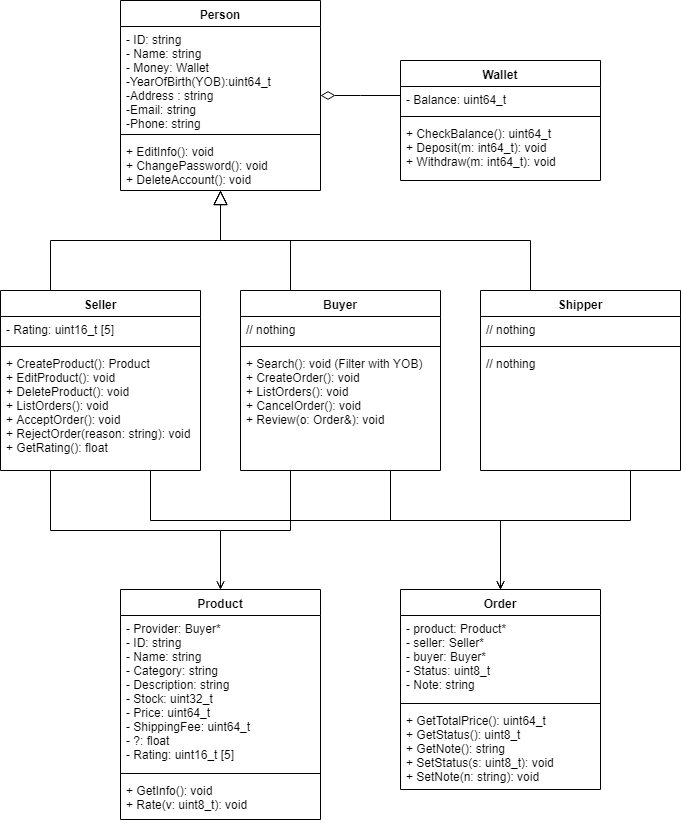
The draw.io diagram docs/ClassDiagram.png in 84436/LTHDT-18CLC6-Group17, before a commit. Source tidied: cells renumbered, new cells last; positions are measured from the earlier drawing's top-left corner, leaving out a move shared by most shapes.
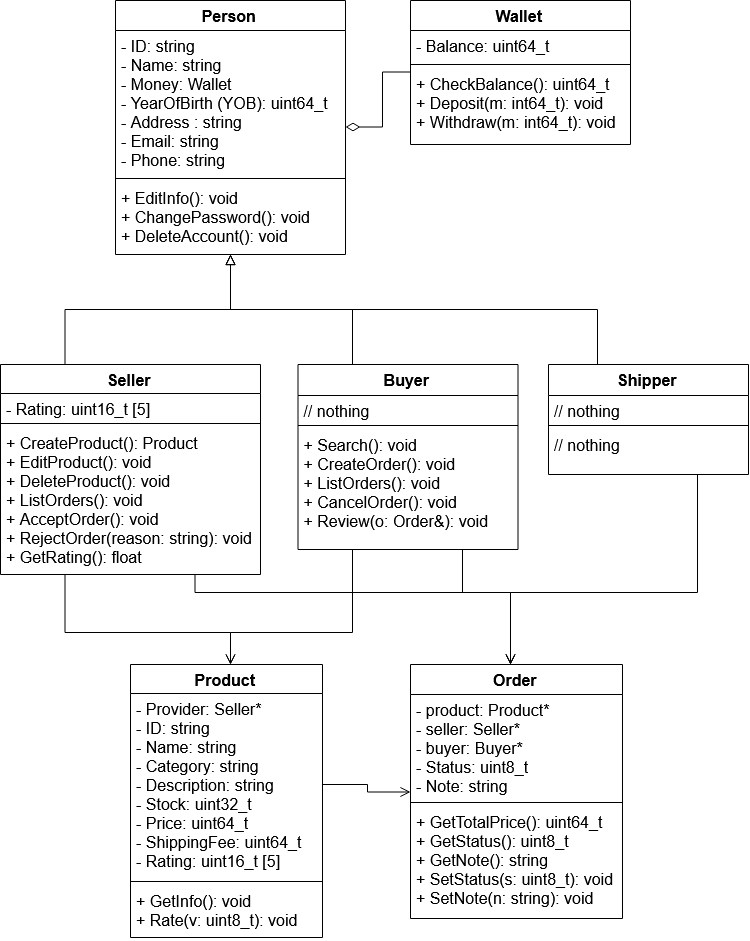
Later version of the same file.

Commit message:
Person: thêm thông tin; Buyer: lọc 18+ khi search; UML: đánh bóng

Change to the diagram source:
```diff
@@ -2,130 +2,143 @@
   <root>
     <mxCell id="0" />
     <mxCell id="1" parent="0" />
-    <mxCell id="2" value="Person" style="swimlane;fontStyle=1;align=center;verticalAlign=top;horizontal=1;startSize=26;" parent="1" vertex="1">
-      <mxGeometry x="120" width="200" height="190" as="geometry" />
+    <mxCell id="2" value="Person" style="swimlane;fontStyle=1;align=center;verticalAlign=top;horizontal=1;startSize=30;fontSize=16;" parent="1" vertex="1">
+      <mxGeometry x="113" y="118" width="230" height="254" as="geometry" />
     </mxCell>
-    <mxCell id="3" value="- ID: string&#10;- Name: string&#10;- Money: Wallet&#10;-YearOfBirth(YOB):uint64_t&#10;-Address : string&#10;-Email: string&#10;-Phone: string" style="text;strokeColor=none;fillColor=none;align=left;verticalAlign=top;spacingLeft=4;spacingRight=4;overflow=hidden;" parent="2" vertex="1">
-      <mxGeometry y="26" width="200" height="104" as="geometry" />
+    <mxCell id="3" value="- ID: string&#10;- Name: string&#10;- Money: Wallet&#10;- YearOfBirth (YOB): uint64_t&#10;- Address : string&#10;- Email: string&#10;- Phone: string" style="text;strokeColor=none;fillColor=none;align=left;verticalAlign=top;spacingLeft=4;spacingRight=4;overflow=hidden;fontSize=16;" parent="2" vertex="1">
+      <mxGeometry y="30" width="230" height="144" as="geometry" />
     </mxCell>
-    <mxCell id="4" style="line;strokeWidth=1;fillColor=none;align=left;verticalAlign=middle;spacingTop=-1;spacingLeft=3;spacingRight=3;labelPosition=right;" parent="2" vertex="1">
-      <mxGeometry y="130" width="200" height="8" as="geometry" />
+    <mxCell id="4" style="line;strokeWidth=1;fillColor=none;align=left;verticalAlign=middle;spacingTop=-1;spacingLeft=3;spacingRight=3;labelPosition=right;fontSize=16;" parent="2" vertex="1">
+      <mxGeometry y="174" width="230" height="8" as="geometry" />
     </mxCell>
-    <mxCell id="5" value="+ EditInfo(): void&#10;+ ChangePassword(): void&#10;+ DeleteAccount(): void&#10;" style="text;strokeColor=none;fillColor=none;align=left;verticalAlign=top;spacingLeft=4;spacingRight=4;overflow=hidden;" parent="2" vertex="1">
-      <mxGeometry y="138" width="200" height="52" as="geometry" />
+    <mxCell id="5" value="+ EditInfo(): void&#10;+ ChangePassword(): void&#10;+ DeleteAccount(): void&#10;" style="text;strokeColor=none;fillColor=none;align=left;verticalAlign=top;spacingLeft=4;spacingRight=4;overflow=hidden;fontSize=16;" parent="2" vertex="1">
+      <mxGeometry y="182" width="230" height="72" as="geometry" />
     </mxCell>
-    <mxCell id="6" style="edgeStyle=elbowEdgeStyle;rounded=0;jumpSize=6;jettySize=auto;elbow=vertical;html=1;exitX=0.25;exitY=0;exitDx=0;exitDy=0;endArrow=block;endFill=0;endSize=12;strokeWidth=1;" parent="1" edge="1" source="9" target="2">
+    <mxCell id="6" style="edgeStyle=elbowEdgeStyle;rounded=0;jumpSize=6;jettySize=auto;elbow=vertical;exitX=0.25;exitY=0;exitDx=0;exitDy=0;endArrow=block;endFill=0;endSize=8;strokeWidth=1;fontSize=16;" parent="1" edge="1" source="9" target="2">
       <mxGeometry relative="1" as="geometry" />
     </mxCell>
-    <mxCell id="7" style="edgeStyle=elbowEdgeStyle;rounded=0;jumpSize=6;jettySize=auto;elbow=vertical;html=1;exitX=0.25;exitY=1;exitDx=0;exitDy=0;endArrow=open;endFill=0;endSize=6;strokeWidth=1;" parent="1" edge="1" source="9" target="26">
-      <mxGeometry relative="1" as="geometry" />
+    <mxCell id="7" style="edgeStyle=elbowEdgeStyle;rounded=0;jumpSize=6;jettySize=auto;elbow=vertical;exitX=0.25;exitY=1;exitDx=0;exitDy=0;endArrow=open;endFill=0;endSize=8;strokeWidth=1;fontSize=16;" parent="1" edge="1" source="9" target="26">
+      <mxGeometry relative="1" as="geometry">
+        <Array as="points">
+          <mxPoint x="228" y="750" />
+        </Array>
+      </mxGeometry>
     </mxCell>
-    <mxCell id="8" style="edgeStyle=elbowEdgeStyle;rounded=0;jumpSize=6;jettySize=auto;elbow=vertical;html=1;exitX=0.75;exitY=1;exitDx=0;exitDy=0;endArrow=open;endFill=0;endSize=6;strokeWidth=1;" parent="1" edge="1" source="9" target="30">
+    <mxCell id="8" style="edgeStyle=elbowEdgeStyle;rounded=0;jumpSize=6;jettySize=auto;elbow=vertical;exitX=0.75;exitY=1;exitDx=0;exitDy=0;endArrow=open;endFill=0;endSize=8;strokeWidth=1;fontSize=16;" parent="1" edge="1" source="9" target="30">
       <mxGeometry relative="1" as="geometry">
         <Array as="points">
-          <mxPoint x="500" y="520" />
+          <mxPoint x="508" y="710" />
+          <mxPoint x="508" y="640" />
         </Array>
       </mxGeometry>
     </mxCell>
-    <mxCell id="9" value="Buyer" style="swimlane;fontStyle=1;align=center;verticalAlign=top;horizontal=1;startSize=26;" parent="1" vertex="1">
-      <mxGeometry x="240" y="290" width="200" height="180" as="geometry" />
+    <mxCell id="9" value="Buyer" style="swimlane;fontStyle=1;align=center;verticalAlign=top;horizontal=1;startSize=31;fontSize=16;" parent="1" vertex="1">
+      <mxGeometry x="295.5" y="482" width="220" height="185" as="geometry" />
     </mxCell>
-    <mxCell id="10" value="// nothing" style="text;strokeColor=none;fillColor=none;align=left;verticalAlign=top;spacingLeft=4;spacingRight=4;overflow=hidden;" parent="9" vertex="1">
-      <mxGeometry y="26" width="200" height="26" as="geometry" />
+    <mxCell id="10" value="// nothing" style="text;strokeColor=none;fillColor=none;align=left;verticalAlign=top;spacingLeft=4;spacingRight=4;overflow=hidden;fontSize=16;" parent="9" vertex="1">
+      <mxGeometry y="31" width="220" height="26" as="geometry" />
     </mxCell>
-    <mxCell id="11" style="line;strokeWidth=1;fillColor=none;align=left;verticalAlign=middle;spacingTop=-1;spacingLeft=3;spacingRight=3;labelPosition=right;" parent="9" vertex="1">
-      <mxGeometry y="52" width="200" height="8" as="geometry" />
+    <mxCell id="11" style="line;strokeWidth=1;fillColor=none;align=left;verticalAlign=middle;spacingTop=-1;spacingLeft=3;spacingRight=3;labelPosition=right;fontSize=16;" parent="9" vertex="1">
+      <mxGeometry y="57" width="220" height="8" as="geometry" />
     </mxCell>
-    <mxCell id="12" value="+ Search(): void (Filter with YOB)&#10;+ CreateOrder(): void&#10;+ ListOrders(): void&#10;+ CancelOrder(): void&#10;+ Review(o: Order&amp;): void" style="text;strokeColor=none;fillColor=none;align=left;verticalAlign=top;spacingLeft=4;spacingRight=4;overflow=hidden;" parent="9" vertex="1">
-      <mxGeometry y="60" width="200" height="120" as="geometry" />
+    <mxCell id="12" value="+ Search(): void&#10;+ CreateOrder(): void&#10;+ ListOrders(): void&#10;+ CancelOrder(): void&#10;+ Review(o: Order&amp;): void" style="text;strokeColor=none;fillColor=none;align=left;verticalAlign=top;spacingLeft=4;spacingRight=4;overflow=hidden;fontSize=16;" parent="9" vertex="1">
+      <mxGeometry y="65" width="220" height="120" as="geometry" />
     </mxCell>
-    <mxCell id="13" style="edgeStyle=elbowEdgeStyle;rounded=0;jumpSize=6;jettySize=auto;elbow=vertical;html=1;exitX=0.25;exitY=0;exitDx=0;exitDy=0;endArrow=block;endFill=0;endSize=12;strokeWidth=1;" parent="1" edge="1" source="16" target="2">
+    <mxCell id="13" style="edgeStyle=elbowEdgeStyle;rounded=0;jumpSize=6;jettySize=auto;elbow=vertical;exitX=0.25;exitY=0;exitDx=0;exitDy=0;endArrow=block;endFill=0;endSize=8;strokeWidth=1;fontSize=16;" parent="1" edge="1" source="16" target="2">
       <mxGeometry relative="1" as="geometry" />
     </mxCell>
-    <mxCell id="14" style="edgeStyle=elbowEdgeStyle;rounded=0;jumpSize=6;jettySize=auto;elbow=vertical;html=1;exitX=0.25;exitY=1;exitDx=0;exitDy=0;endArrow=open;endFill=0;endSize=6;strokeWidth=1;" parent="1" edge="1" source="16" target="26">
-      <mxGeometry relative="1" as="geometry" />
+    <mxCell id="14" style="edgeStyle=elbowEdgeStyle;rounded=0;jumpSize=6;jettySize=auto;elbow=vertical;exitX=0.25;exitY=1;exitDx=0;exitDy=0;endArrow=open;endFill=0;endSize=8;strokeWidth=1;fontSize=16;" parent="1" edge="1" source="16" target="26">
+      <mxGeometry relative="1" as="geometry">
+        <Array as="points">
+          <mxPoint x="228" y="750" />
+        </Array>
+      </mxGeometry>
     </mxCell>
-    <mxCell id="15" style="edgeStyle=elbowEdgeStyle;rounded=0;jumpSize=6;jettySize=auto;elbow=vertical;html=1;exitX=0.75;exitY=1;exitDx=0;exitDy=0;endArrow=open;endFill=0;endSize=6;strokeWidth=1;" parent="1" edge="1" source="16" target="30">
+    <mxCell id="15" style="edgeStyle=elbowEdgeStyle;rounded=0;jumpSize=6;jettySize=auto;elbow=vertical;exitX=0.75;exitY=1;exitDx=0;exitDy=0;endArrow=open;endFill=0;endSize=8;strokeWidth=1;fontSize=16;" parent="1" edge="1" source="16" target="30">
       <mxGeometry relative="1" as="geometry">
         <Array as="points">
-          <mxPoint x="500" y="520" />
-          <mxPoint x="490" y="520" />
-          <mxPoint x="330" y="420" />
+          <mxPoint x="508" y="710" />
+          <mxPoint x="508" y="640" />
+          <mxPoint x="498" y="640" />
+          <mxPoint x="338" y="540" />
         </Array>
       </mxGeometry>
     </mxCell>
-    <mxCell id="16" value="Seller" style="swimlane;fontStyle=1;align=center;verticalAlign=top;horizontal=1;startSize=26;" parent="1" vertex="1">
-      <mxGeometry y="290" width="200" height="180" as="geometry" />
+    <mxCell id="16" value="Seller" style="swimlane;fontStyle=1;align=center;verticalAlign=top;horizontal=1;startSize=29;fontSize=16;" parent="1" vertex="1">
+      <mxGeometry x="-2" y="482" width="260" height="210" as="geometry" />
     </mxCell>
-    <mxCell id="17" value="- Rating: uint16_t [5]" style="text;strokeColor=none;fillColor=none;align=left;verticalAlign=top;spacingLeft=4;spacingRight=4;overflow=hidden;" parent="16" vertex="1">
-      <mxGeometry y="26" width="200" height="26" as="geometry" />
+    <mxCell id="17" value="- Rating: uint16_t [5]" style="text;strokeColor=none;fillColor=none;align=left;verticalAlign=top;spacingLeft=4;spacingRight=4;overflow=hidden;fontSize=16;" parent="16" vertex="1">
+      <mxGeometry y="29" width="260" height="26" as="geometry" />
     </mxCell>
-    <mxCell id="18" style="line;strokeWidth=1;fillColor=none;align=left;verticalAlign=middle;spacingTop=-1;spacingLeft=3;spacingRight=3;labelPosition=right;" parent="16" vertex="1">
-      <mxGeometry y="52" width="200" height="8" as="geometry" />
+    <mxCell id="18" style="line;strokeWidth=1;fillColor=none;align=left;verticalAlign=middle;spacingTop=-1;spacingLeft=3;spacingRight=3;labelPosition=right;fontSize=16;" parent="16" vertex="1">
+      <mxGeometry y="55" width="260" height="8" as="geometry" />
     </mxCell>
-    <mxCell id="19" value="+ CreateProduct(): Product&#10;+ EditProduct(): void&#10;+ DeleteProduct(): void&#10;+ ListOrders(): void&#10;+ AcceptOrder(): void&#10;+ RejectOrder(reason: string): void&#10;+ GetRating(): float&#10;" style="text;strokeColor=none;fillColor=none;align=left;verticalAlign=top;spacingLeft=4;spacingRight=4;overflow=hidden;" parent="16" vertex="1">
-      <mxGeometry y="60" width="200" height="120" as="geometry" />
+    <mxCell id="19" value="+ CreateProduct(): Product&#10;+ EditProduct(): void&#10;+ DeleteProduct(): void&#10;+ ListOrders(): void&#10;+ AcceptOrder(): void&#10;+ RejectOrder(reason: string): void&#10;+ GetRating(): float&#10;" style="text;strokeColor=none;fillColor=none;align=left;verticalAlign=top;spacingLeft=4;spacingRight=4;overflow=hidden;fontSize=16;" parent="16" vertex="1">
+      <mxGeometry y="63" width="260" height="147" as="geometry" />
     </mxCell>
-    <mxCell id="20" style="edgeStyle=elbowEdgeStyle;rounded=0;jumpSize=6;jettySize=auto;elbow=vertical;html=1;exitX=0.25;exitY=0;exitDx=0;exitDy=0;endArrow=block;endFill=0;endSize=12;strokeWidth=1;" parent="1" edge="1" source="22" target="2">
+    <mxCell id="20" style="edgeStyle=elbowEdgeStyle;rounded=0;jumpSize=6;jettySize=auto;elbow=vertical;exitX=0.25;exitY=0;exitDx=0;exitDy=0;endArrow=block;endFill=0;endSize=8;strokeWidth=1;fontSize=16;" parent="1" edge="1" source="22" target="2">
       <mxGeometry relative="1" as="geometry" />
     </mxCell>
-    <mxCell id="21" style="edgeStyle=elbowEdgeStyle;rounded=0;jumpSize=6;jettySize=auto;elbow=vertical;html=1;exitX=0.75;exitY=1;exitDx=0;exitDy=0;endArrow=open;endFill=0;endSize=6;strokeWidth=1;" parent="1" edge="1" source="22" target="30">
+    <mxCell id="21" style="edgeStyle=elbowEdgeStyle;rounded=0;jumpSize=6;jettySize=auto;elbow=vertical;exitX=0.75;exitY=1;exitDx=0;exitDy=0;endArrow=open;endFill=0;endSize=8;strokeWidth=1;fontSize=16;" parent="1" edge="1" source="22" target="30">
       <mxGeometry relative="1" as="geometry">
         <Array as="points">
-          <mxPoint x="500" y="520" />
+          <mxPoint x="508" y="710" />
         </Array>
       </mxGeometry>
     </mxCell>
-    <mxCell id="22" value="Shipper" style="swimlane;fontStyle=1;align=center;verticalAlign=top;horizontal=1;startSize=26;" parent="1" vertex="1">
-      <mxGeometry x="480" y="290" width="200" height="180" as="geometry" />
+    <mxCell id="22" value="Shipper" style="swimlane;fontStyle=1;align=center;verticalAlign=top;horizontal=1;startSize=31;fontSize=16;" parent="1" vertex="1">
+      <mxGeometry x="546" y="482" width="200" height="110" as="geometry" />
     </mxCell>
-    <mxCell id="23" value="// nothing" style="text;strokeColor=none;fillColor=none;align=left;verticalAlign=top;spacingLeft=4;spacingRight=4;overflow=hidden;" parent="22" vertex="1">
-      <mxGeometry y="26" width="200" height="26" as="geometry" />
+    <mxCell id="23" value="// nothing" style="text;strokeColor=none;fillColor=none;align=left;verticalAlign=top;spacingLeft=4;spacingRight=4;overflow=hidden;fontSize=16;" parent="22" vertex="1">
+      <mxGeometry y="31" width="200" height="26" as="geometry" />
     </mxCell>
-    <mxCell id="24" style="line;strokeWidth=1;fillColor=none;align=left;verticalAlign=middle;spacingTop=-1;spacingLeft=3;spacingRight=3;labelPosition=right;" parent="22" vertex="1">
-      <mxGeometry y="52" width="200" height="8" as="geometry" />
+    <mxCell id="24" style="line;strokeWidth=1;fillColor=none;align=left;verticalAlign=middle;spacingTop=-1;spacingLeft=3;spacingRight=3;labelPosition=right;fontSize=16;" parent="22" vertex="1">
+      <mxGeometry y="57" width="200" height="8" as="geometry" />
     </mxCell>
-    <mxCell id="25" value="// nothing" style="text;strokeColor=none;fillColor=none;align=left;verticalAlign=top;spacingLeft=4;spacingRight=4;overflow=hidden;" parent="22" vertex="1">
-      <mxGeometry y="60" width="200" height="120" as="geometry" />
+    <mxCell id="25" value="// nothing" style="text;strokeColor=none;fillColor=none;align=left;verticalAlign=top;spacingLeft=4;spacingRight=4;overflow=hidden;fontSize=16;" parent="22" vertex="1">
+      <mxGeometry y="65" width="200" height="45" as="geometry" />
     </mxCell>
-    <mxCell id="26" value="Product" style="swimlane;fontStyle=1;align=center;verticalAlign=top;horizontal=1;startSize=26;" parent="1" vertex="1">
-      <mxGeometry x="120" y="589" width="200" height="230" as="geometry" />
+    <mxCell id="26" value="Product" style="swimlane;fontStyle=1;align=center;verticalAlign=top;horizontal=1;startSize=29;fontSize=16;" parent="1" vertex="1">
+      <mxGeometry x="128" y="782" width="192" height="273" as="geometry" />
     </mxCell>
-    <mxCell id="27" value="- Provider: Buyer*&#10;- ID: string&#10;- Name: string&#10;- Category: string&#10;- Description: string&#10;- Stock: uint32_t&#10;- Price: uint64_t&#10;- ShippingFee: uint64_t&#10;- ?: float&#10;- Rating: uint16_t [5]&#10;" style="text;strokeColor=none;fillColor=none;align=left;verticalAlign=top;spacingLeft=4;spacingRight=4;overflow=hidden;points=[[0,0.5],[1,0.5]];portConstraint=eastwest;" parent="26" vertex="1">
-      <mxGeometry y="26" width="200" height="154" as="geometry" />
+    <mxCell id="27" value="- Provider: Seller*&#10;- ID: string&#10;- Name: string&#10;- Category: string&#10;- Description: string&#10;- Stock: uint32_t&#10;- Price: uint64_t&#10;- ShippingFee: uint64_t&#10;- Rating: uint16_t [5]&#10;" style="text;strokeColor=none;fillColor=none;align=left;verticalAlign=top;spacingLeft=4;spacingRight=4;overflow=hidden;points=[[0,0.5],[1,0.5]];portConstraint=eastwest;fontSize=16;" parent="26" vertex="1">
+      <mxGeometry y="29" width="192" height="184" as="geometry" />
     </mxCell>
-    <mxCell id="28" style="line;strokeWidth=1;fillColor=none;align=left;verticalAlign=middle;spacingTop=-1;spacingLeft=3;spacingRight=3;labelPosition=right;" parent="26" vertex="1">
-      <mxGeometry y="180" width="200" height="8" as="geometry" />
+    <mxCell id="28" style="line;strokeWidth=1;fillColor=none;align=left;verticalAlign=middle;spacingTop=-1;spacingLeft=3;spacingRight=3;labelPosition=right;fontSize=16;" parent="26" vertex="1">
+      <mxGeometry y="213" width="192" height="8" as="geometry" />
     </mxCell>
-    <mxCell id="29" value="+ GetInfo(): void&#10;+ Rate(v: uint8_t): void" style="text;strokeColor=none;fillColor=none;align=left;verticalAlign=top;spacingLeft=4;spacingRight=4;overflow=hidden;" parent="26" vertex="1">
-      <mxGeometry y="188" width="200" height="42" as="geometry" />
+    <mxCell id="29" value="+ GetInfo(): void&#10;+ Rate(v: uint8_t): void" style="text;strokeColor=none;fillColor=none;align=left;verticalAlign=top;spacingLeft=4;spacingRight=4;overflow=hidden;fontSize=16;" parent="26" vertex="1">
+      <mxGeometry y="221" width="192" height="52" as="geometry" />
     </mxCell>
-    <mxCell id="30" value="Order" style="swimlane;fontStyle=1;align=center;verticalAlign=top;horizontal=1;startSize=26;" parent="1" vertex="1">
-      <mxGeometry x="400" y="589" width="200" height="200" as="geometry" />
+    <mxCell id="30" value="Order" style="swimlane;fontStyle=1;align=center;verticalAlign=top;horizontal=1;startSize=30;fontSize=16;" parent="1" vertex="1">
+      <mxGeometry x="408" y="782" width="212" height="254" as="geometry" />
     </mxCell>
-    <mxCell id="31" value="- product: Product*&#10;- seller: Seller*&#10;- buyer: Buyer*&#10;- Status: uint8_t&#10;- Note: string&#10;" style="text;strokeColor=none;fillColor=none;align=left;verticalAlign=top;spacingLeft=4;spacingRight=4;overflow=hidden;" parent="30" vertex="1">
-      <mxGeometry y="26" width="200" height="84" as="geometry" />
+    <mxCell id="31" value="- product: Product*&#10;- seller: Seller*&#10;- buyer: Buyer*&#10;- Status: uint8_t&#10;- Note: string&#10;" style="text;strokeColor=none;fillColor=none;align=left;verticalAlign=top;spacingLeft=4;spacingRight=4;overflow=hidden;fontSize=16;" parent="30" vertex="1">
+      <mxGeometry y="30" width="212" height="104" as="geometry" />
     </mxCell>
-    <mxCell id="32" style="line;strokeWidth=1;fillColor=none;align=left;verticalAlign=middle;spacingTop=-1;spacingLeft=3;spacingRight=3;labelPosition=right;" parent="30" vertex="1">
-      <mxGeometry y="110" width="200" height="8" as="geometry" />
+    <mxCell id="32" style="line;strokeWidth=1;fillColor=none;align=left;verticalAlign=middle;spacingTop=-1;spacingLeft=3;spacingRight=3;labelPosition=right;fontSize=16;" parent="30" vertex="1">
+      <mxGeometry y="134" width="212" height="8" as="geometry" />
     </mxCell>
-    <mxCell id="33" value="+ GetTotalPrice(): uint64_t&#10;+ GetStatus(): uint8_t&#10;+ GetNote(): string&#10;+ SetStatus(s: uint8_t): void&#10;+ SetNote(n: string): void&#10;" style="text;strokeColor=none;fillColor=none;align=left;verticalAlign=top;spacingLeft=4;spacingRight=4;overflow=hidden;" parent="30" vertex="1">
-      <mxGeometry y="118" width="200" height="82" as="geometry" />
+    <mxCell id="33" value="+ GetTotalPrice(): uint64_t&#10;+ GetStatus(): uint8_t&#10;+ GetNote(): string&#10;+ SetStatus(s: uint8_t): void&#10;+ SetNote(n: string): void&#10;" style="text;strokeColor=none;fillColor=none;align=left;verticalAlign=top;spacingLeft=4;spacingRight=4;overflow=hidden;fontSize=16;" parent="30" vertex="1">
+      <mxGeometry y="142" width="212" height="112" as="geometry" />
     </mxCell>
-    <mxCell id="34" style="edgeStyle=elbowEdgeStyle;rounded=0;jumpSize=6;jettySize=auto;elbow=vertical;html=1;entryX=1;entryY=0.5;entryDx=0;entryDy=0;endArrow=diamondThin;endFill=0;endSize=12;strokeWidth=1;" parent="1" edge="1" source="35" target="2">
+    <mxCell id="34" style="edgeStyle=orthogonalEdgeStyle;rounded=0;jettySize=auto;html=0;fontSize=16;endArrow=diamondThin;endFill=0;jumpSize=6;endSize=12;" parent="1" edge="1" source="35" target="2">
       <mxGeometry relative="1" as="geometry" />
     </mxCell>
-    <mxCell id="35" value="Wallet" style="swimlane;fontStyle=1;align=center;verticalAlign=top;horizontal=1;startSize=26;glass=0;shadow=0;" parent="1" vertex="1">
-      <mxGeometry x="400" y="60" width="200" height="120" as="geometry" />
+    <mxCell id="35" value="Wallet" style="swimlane;fontStyle=1;align=center;verticalAlign=top;horizontal=1;startSize=30;glass=0;shadow=0;fontSize=16;" parent="1" vertex="1">
+      <mxGeometry x="408" y="118" width="220" height="144" as="geometry" />
     </mxCell>
-    <mxCell id="36" value="- Balance: uint64_t" style="text;strokeColor=none;fillColor=none;align=left;verticalAlign=top;spacingLeft=4;spacingRight=4;overflow=hidden;" parent="35" vertex="1">
-      <mxGeometry y="26" width="200" height="26" as="geometry" />
+    <mxCell id="36" value="- Balance: uint64_t" style="text;strokeColor=none;fillColor=none;align=left;verticalAlign=top;spacingLeft=4;spacingRight=4;overflow=hidden;fontSize=16;" parent="35" vertex="1">
+      <mxGeometry y="30" width="220" height="30" as="geometry" />
     </mxCell>
-    <mxCell id="37" style="line;strokeWidth=1;fillColor=none;align=left;verticalAlign=middle;spacingTop=-1;spacingLeft=3;spacingRight=3;labelPosition=right;" parent="35" vertex="1">
-      <mxGeometry y="52" width="200" height="8" as="geometry" />
+    <mxCell id="37" style="line;strokeWidth=1;fillColor=none;align=left;verticalAlign=middle;spacingTop=-1;spacingLeft=3;spacingRight=3;labelPosition=right;fontSize=16;" parent="35" vertex="1">
+      <mxGeometry y="60" width="220" height="8" as="geometry" />
     </mxCell>
-    <mxCell id="38" value="+ CheckBalance(): uint64_t&#10;+ Deposit(m: int64_t): void&#10;+ Withdraw(m: int64_t): void&#10;" style="text;strokeColor=none;fillColor=none;align=left;verticalAlign=top;spacingLeft=4;spacingRight=4;overflow=hidden;" parent="35" vertex="1">
-      <mxGeometry y="60" width="200" height="60" as="geometry" />
+    <mxCell id="38" value="+ CheckBalance(): uint64_t&#10;+ Deposit(m: int64_t): void&#10;+ Withdraw(m: int64_t): void&#10;" style="text;strokeColor=none;fillColor=none;align=left;verticalAlign=top;spacingLeft=4;spacingRight=4;overflow=hidden;fontSize=16;" parent="35" vertex="1">
+      <mxGeometry y="68" width="220" height="76" as="geometry" />
     </mxCell>
+    <mxCell id="39" style="edgeStyle=orthogonalEdgeStyle;rounded=0;jumpSize=6;jettySize=auto;html=0;endArrow=open;endFill=0;endSize=8;fontSize=16;" parent="1" edge="1" source="27" target="30">
+      <mxGeometry relative="1" as="geometry" />
+    </mxCell>
   </root>
 </mxGraphModel>
```
